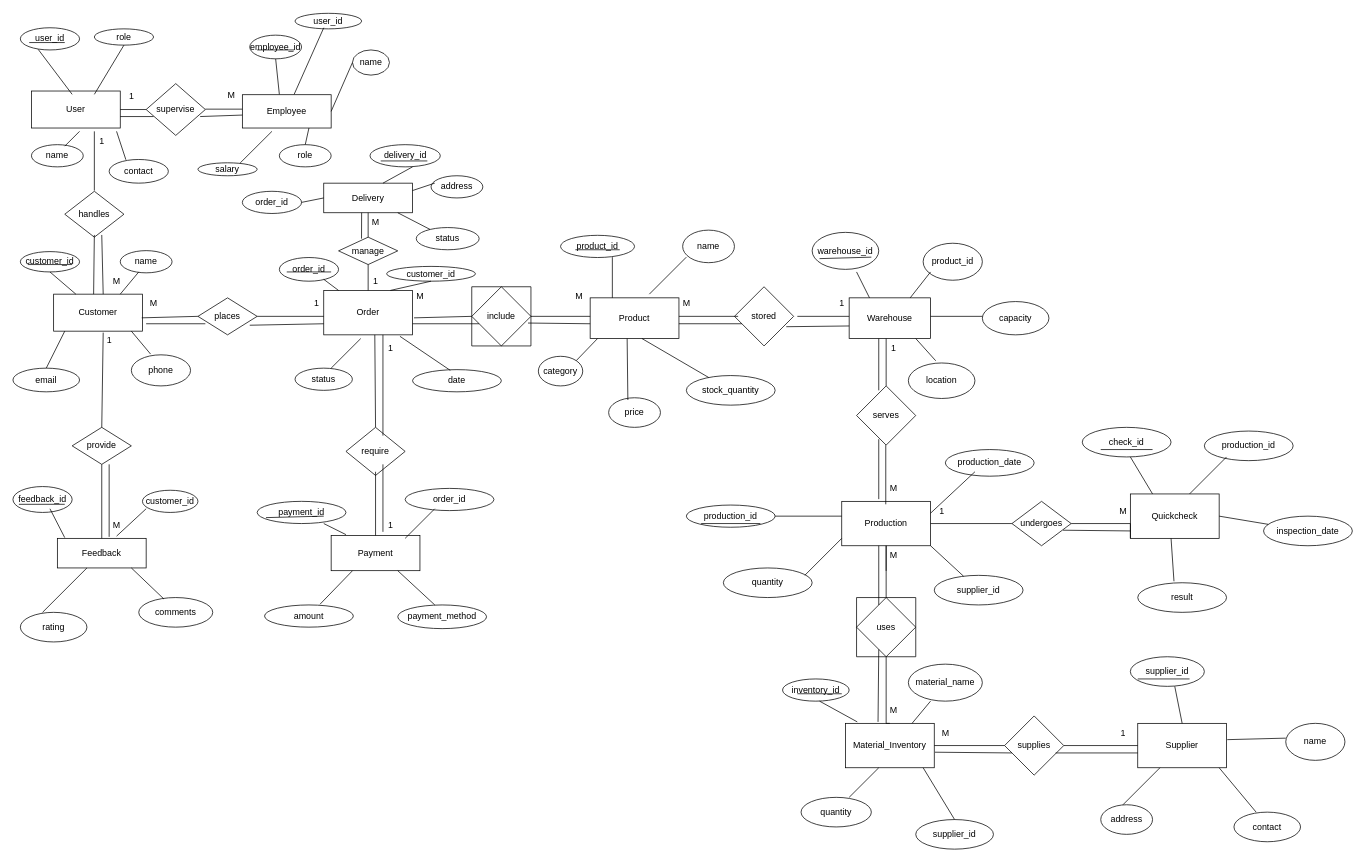
The draw.io diagram Untitled Diagram.drawio in sarasiVidumini/drawio, before the edit. Source tidied: cells renumbered, new cells numbered last; positions are measured from the earlier drawing's top-left corner, leaving out a move shared by most shapes. Both pictures are drawn from the tidied source at 74%, with x=0, y=0 at pixel (13, 13).
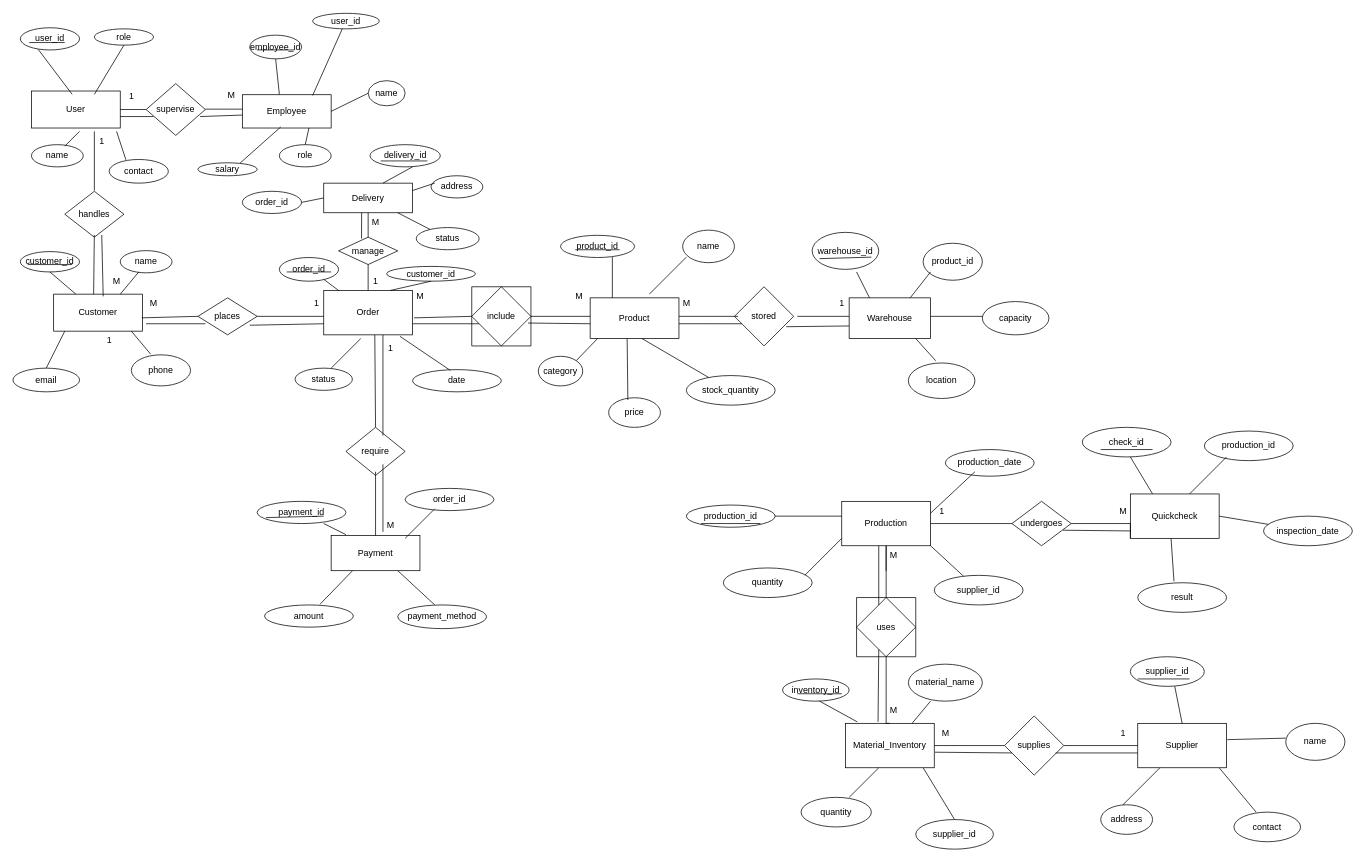
After the change.

Unchanged cells that the change refers to:
```xml
<mxCell id="3" value="Employee" style="rounded=0;whiteSpace=wrap;html=1;" parent="1" vertex="1">
  <mxGeometry x="310" y="110.5" width="120" height="45" as="geometry" />
</mxCell>
<mxCell id="4" value="Customer" style="rounded=0;whiteSpace=wrap;html=1;" parent="1" vertex="1">
  <mxGeometry x="55" y="380" width="120" height="50" as="geometry" />
</mxCell>
<mxCell id="44" value="salary" style="ellipse;whiteSpace=wrap;html=1;strokeColor=default;align=center;verticalAlign=middle;fontFamily=Helvetica;fontSize=12;fontColor=default;fillColor=default;" parent="1" vertex="1">
  <mxGeometry x="250" y="202.5" width="80" height="17.5" as="geometry" />
</mxCell>
<mxCell id="54" value="handles" style="rhombus;whiteSpace=wrap;html=1;" parent="1" vertex="1">
  <mxGeometry x="70" y="241" width="80" height="62" as="geometry" />
</mxCell>
```

Diff of the diagram source:
```diff
@@
-    <mxCell id="7" value="provide" style="rhombus;whiteSpace=wrap;html=1;" parent="1" vertex="1">
-      <mxGeometry x="80" y="560" width="80" height="50" as="geometry" />
-    </mxCell>
-    <mxCell id="8" value="Feedback" style="rounded=0;whiteSpace=wrap;html=1;" parent="1" vertex="1">
-      <mxGeometry x="60" y="710" width="120" height="40" as="geometry" />
-    </mxCell>
@@
-    <mxCell id="40" value="rating" style="ellipse;whiteSpace=wrap;html=1;strokeColor=default;align=center;verticalAlign=middle;fontFamily=Helvetica;fontSize=12;fontColor=default;fillColor=default;" parent="1" vertex="1">
-      <mxGeometry x="10" y="810" width="90" height="40" as="geometry" />
-    </mxCell>
-    <mxCell id="41" value="comments" style="ellipse;whiteSpace=wrap;html=1;strokeColor=default;align=center;verticalAlign=middle;fontFamily=Helvetica;fontSize=12;fontColor=default;fillColor=default;" parent="1" vertex="1">
-      <mxGeometry x="170" y="790" width="100" height="40" as="geometry" />
-    </mxCell>
-    <mxCell id="42" value="customer_id" style="ellipse;whiteSpace=wrap;html=1;strokeColor=default;align=center;verticalAlign=middle;fontFamily=Helvetica;fontSize=12;fontColor=default;fillColor=default;" parent="1" vertex="1">
-      <mxGeometry x="175" y="645" width="75" height="30" as="geometry" />
-    </mxCell>
-    <mxCell id="43" value="feedback_id" style="ellipse;whiteSpace=wrap;html=1;strokeColor=default;align=center;verticalAlign=middle;fontFamily=Helvetica;fontSize=12;fontColor=default;fillColor=default;" parent="1" vertex="1">
-      <mxGeometry y="640" width="80" height="35" as="geometry" />
-    </mxCell>
@@
     <mxCell id="47" value="name" style="ellipse;whiteSpace=wrap;html=1;strokeColor=default;align=center;verticalAlign=middle;fontFamily=Helvetica;fontSize=12;fontColor=default;fillColor=default;" parent="1" vertex="1">
-      <mxGeometry x="458.8" y="50" width="50" height="34" as="geometry" />
+      <mxGeometry x="480" y="91.5" width="50" height="34" as="geometry" />
     </mxCell>
     <mxCell id="48" value="user_id" style="ellipse;whiteSpace=wrap;html=1;strokeColor=default;align=center;verticalAlign=middle;fontFamily=Helvetica;fontSize=12;fontColor=default;fillColor=default;" parent="1" vertex="1">
-      <mxGeometry x="381.2" y="0.5" width="90" height="21" as="geometry" />
+      <mxGeometry x="405" y="0.5" width="90" height="21" as="geometry" />
     </mxCell>
-    <mxCell id="49" style="endArrow=none;html=1;rounded=0;fontFamily=Helvetica;fontSize=12;fontColor=default;exitX=0.713;exitY=0.014;exitDx=0;exitDy=0;exitPerimeter=0;" parent="1" edge="1" source="44">
-      <mxGeometry relative="1" as="geometry">
-        <mxPoint x="350" y="160" as="targetPoint" />
-      </mxGeometry>
+    <mxCell id="49" style="endArrow=none;html=1;rounded=0;fontFamily=Helvetica;fontSize=12;fontColor=default;exitX=0.713;exitY=0.014;exitDx=0;exitDy=0;exitPerimeter=0;entryX=0.433;entryY=0.967;entryDx=0;entryDy=0;entryPerimeter=0;" parent="1" edge="1" source="44" target="3">
+      <mxGeometry relative="1" as="geometry" />
     </mxCell>
@@
-    <mxCell id="58" style="endArrow=none;html=1;rounded=0;entryX=0.558;entryY=1.04;entryDx=0;entryDy=0;entryPerimeter=0;" parent="1" edge="1" target="4">
-      <mxGeometry relative="1" as="geometry">
-        <mxPoint x="120" y="560" as="sourcePoint" />
-      </mxGeometry>
-    </mxCell>
-    <mxCell id="59" style="endArrow=none;html=1;rounded=0;" parent="1" edge="1" source="8">
-      <mxGeometry relative="1" as="geometry">
-        <mxPoint x="120" y="610" as="targetPoint" />
-      </mxGeometry>
-    </mxCell>
-    <mxCell id="60" style="endArrow=none;html=1;rounded=0;exitX=0.083;exitY=-0.025;exitDx=0;exitDy=0;exitPerimeter=0;" parent="1" edge="1" source="8">
-      <mxGeometry relative="1" as="geometry">
-        <mxPoint x="50" y="670" as="targetPoint" />
-      </mxGeometry>
-    </mxCell>
@@
-    <mxCell id="65" style="endArrow=none;html=1;rounded=0;exitX=0.667;exitY=-0.075;exitDx=0;exitDy=0;exitPerimeter=0;" parent="1" edge="1" source="8">
-      <mxGeometry relative="1" as="geometry">
-        <mxPoint x="180" y="670" as="targetPoint" />
-      </mxGeometry>
-    </mxCell>
-    <mxCell id="66" style="endArrow=none;html=1;rounded=0;exitX=0.333;exitY=0;exitDx=0;exitDy=0;exitPerimeter=0;" parent="1" edge="1" source="40">
-      <mxGeometry relative="1" as="geometry">
-        <mxPoint x="100" y="750" as="targetPoint" />
-      </mxGeometry>
-    </mxCell>
-    <mxCell id="67" style="endArrow=none;html=1;rounded=0;exitX=0.34;exitY=0.05;exitDx=0;exitDy=0;exitPerimeter=0;" parent="1" edge="1" source="41">
-      <mxGeometry relative="1" as="geometry">
-        <mxPoint x="160" y="750" as="targetPoint" />
-      </mxGeometry>
-    </mxCell>
@@
-    <mxCell id="93" value="serves" style="rhombus;whiteSpace=wrap;html=1;" parent="1" vertex="1">
-      <mxGeometry x="1140" y="504" width="80" height="80" as="geometry" />
-    </mxCell>
@@
-    <mxCell id="99" style="endArrow=none;html=1;rounded=0;exitX=0.5;exitY=0;exitDx=0;exitDy=0;" parent="1" edge="1" source="93">
-      <mxGeometry relative="1" as="geometry">
-        <mxPoint x="1180" y="440" as="targetPoint" />
-      </mxGeometry>
-    </mxCell>
-    <mxCell id="100" style="endArrow=none;html=1;rounded=0;" parent="1" edge="1">
-      <mxGeometry relative="1" as="geometry">
-        <mxPoint x="1179.5" y="664" as="sourcePoint" />
-        <mxPoint x="1179.5" y="584" as="targetPoint" />
-      </mxGeometry>
-    </mxCell>
@@
     <mxCell id="107" style="endArrow=none;html=1;rounded=0;" parent="1" edge="1">
       <mxGeometry relative="1" as="geometry">
-        <mxPoint x="380" y="110" as="sourcePoint" />
-        <mxPoint x="420" y="20" as="targetPoint" />
+        <mxPoint x="405" y="111.5" as="sourcePoint" />
+        <mxPoint x="445" y="21.5" as="targetPoint" />
       </mxGeometry>
     </mxCell>
@@
-    <mxCell id="157" style="endArrow=none;html=1;rounded=0;exitX=0.1;exitY=0.686;exitDx=0;exitDy=0;exitPerimeter=0;" parent="1" edge="1" source="43">
-      <mxGeometry relative="1" as="geometry">
-        <mxPoint x="70" y="664" as="targetPoint" />
-      </mxGeometry>
-    </mxCell>
@@
-    <mxCell id="176" style="endArrow=none;html=1;rounded=0;exitX=0.558;exitY=0;exitDx=0;exitDy=0;exitPerimeter=0;entryX=0.625;entryY=0.952;entryDx=0;entryDy=0;entryPerimeter=0;" parent="1" edge="1" source="4" target="54">
-      <mxGeometry relative="1" as="geometry" />
-    </mxCell>
@@
-    <mxCell id="178" style="endArrow=none;html=1;rounded=0;" parent="1" edge="1">
-      <mxGeometry relative="1" as="geometry">
-        <mxPoint x="130" y="708" as="sourcePoint" />
-        <mxPoint x="130" y="610" as="targetPoint" />
-      </mxGeometry>
-    </mxCell>
@@
-    <mxCell id="191" style="endArrow=none;html=1;rounded=0;exitX=0.375;exitY=0.075;exitDx=0;exitDy=0;exitPerimeter=0;" parent="1" edge="1" source="93">
-      <mxGeometry relative="1" as="geometry">
-        <mxPoint x="1170" y="440" as="targetPoint" />
-      </mxGeometry>
-    </mxCell>
-    <mxCell id="192" style="endArrow=none;html=1;rounded=0;" parent="1" edge="1">
-      <mxGeometry relative="1" as="geometry">
-        <mxPoint x="1170" y="657" as="sourcePoint" />
-        <mxPoint x="1170" y="576" as="targetPoint" />
-      </mxGeometry>
-    </mxCell>
@@
-    <mxCell id="206" value="1" style="text;html=1;align=center;verticalAlign=middle;strokeColor=none;fillColor=none;" parent="1" vertex="1">
-      <mxGeometry x="495" y="678" width="30" height="30" as="geometry" />
-    </mxCell>
@@
-    <mxCell id="208" value="M" style="text;html=1;align=center;verticalAlign=middle;strokeColor=none;fillColor=none;" parent="1" vertex="1">
-      <mxGeometry x="125" y="678" width="30" height="30" as="geometry" />
-    </mxCell>
@@
-    <mxCell id="211" value="1" style="text;html=1;align=center;verticalAlign=middle;strokeColor=none;fillColor=none;" parent="1" vertex="1">
-      <mxGeometry x="1175" y="438" width="30" height="30" as="geometry" />
-    </mxCell>
-    <mxCell id="212" value="M" style="text;html=1;align=center;verticalAlign=middle;strokeColor=none;fillColor=none;" parent="1" vertex="1">
-      <mxGeometry x="1175" y="628" width="30" height="30" as="geometry" />
-    </mxCell>
@@
+    <mxCell id="223" value="M" style="text;html=1;align=center;verticalAlign=middle;strokeColor=none;fillColor=none;" parent="1" vertex="1">
+      <mxGeometry x="495" y="678" width="30" height="30" as="geometry" />
+    </mxCell>
+    <mxCell id="224" style="endArrow=none;html=1;rounded=0;exitX=0.558;exitY=0.06;exitDx=0;exitDy=0;exitPerimeter=0;" parent="1" edge="1" source="4">
+      <mxGeometry relative="1" as="geometry">
+        <mxPoint x="120" y="300" as="targetPoint" />
+      </mxGeometry>
+    </mxCell>
```
